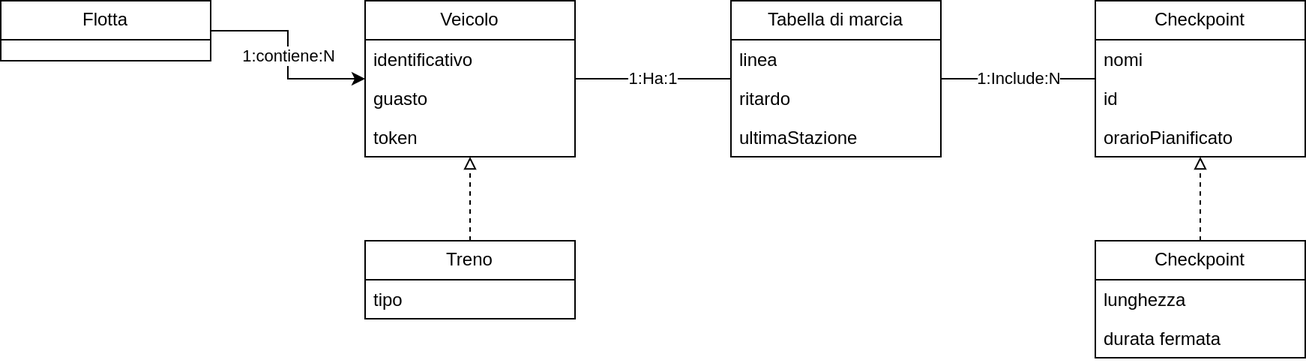
IngSW-unipv/Progetto-U25 keeps this draw.io diagram as docs/models/Server modello Dominio.drawio.png. Above is the earlier version. Source tidied: cells renumbered, new cells last; positions are measured from the earlier drawing's top-left corner, leaving out a move shared by most shapes.
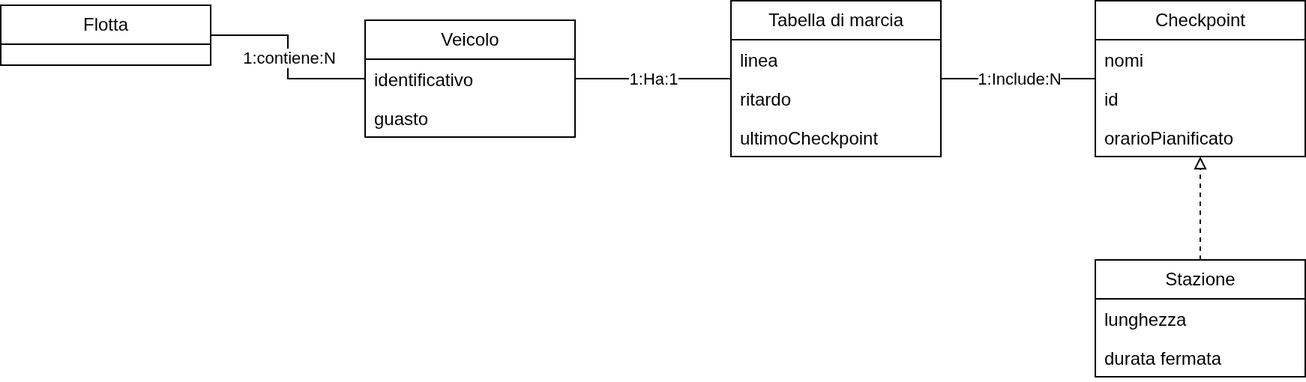
Later version of the same file.

What changed in the source:
```diff
@@ -6,7 +6,7 @@
       <mxGeometry relative="1" as="geometry" />
     </mxCell>
     <mxCell id="3" value="Veicolo" style="swimlane;fontStyle=0;horizontal=1;startSize=26;fillColor=none;whiteSpace=wrap;html=1;" parent="1" vertex="1">
-      <mxGeometry x="243" width="140" height="104" as="geometry" />
+      <mxGeometry x="243" width="140" height="78" as="geometry" />
     </mxCell>
     <mxCell id="4" value="identificativo" style="text;strokeColor=none;fillColor=none;align=left;verticalAlign=top;spacingLeft=4;spacingRight=4;overflow=hidden;whiteSpace=wrap;html=1;" parent="3" vertex="1">
       <mxGeometry y="26" width="140" height="26" as="geometry" />
@@ -14,14 +14,11 @@
     <mxCell id="5" value="guasto" style="text;strokeColor=none;fillColor=none;align=left;verticalAlign=top;spacingLeft=4;spacingRight=4;overflow=hidden;whiteSpace=wrap;html=1;" parent="3" vertex="1">
       <mxGeometry y="52" width="140" height="26" as="geometry" />
     </mxCell>
-    <mxCell id="6" value="token" style="text;strokeColor=none;fillColor=none;align=left;verticalAlign=top;spacingLeft=4;spacingRight=4;overflow=hidden;whiteSpace=wrap;html=1;" parent="3" vertex="1">
-      <mxGeometry y="78" width="140" height="26" as="geometry" />
-    </mxCell>
     <mxCell id="7" value="1:Include:N" style="edgeStyle=orthogonalEdgeStyle;rounded=0;jettySize=auto;html=1;endArrow=none;startFill=0;" parent="1" edge="1" source="8" target="12">
       <mxGeometry relative="1" as="geometry" />
     </mxCell>
     <mxCell id="8" value="Tabella di marcia" style="swimlane;fontStyle=0;horizontal=1;startSize=26;fillColor=none;whiteSpace=wrap;html=1;" parent="1" vertex="1">
-      <mxGeometry x="487" width="140" height="104" as="geometry" />
+      <mxGeometry x="487" y="-13" width="140" height="104" as="geometry" />
     </mxCell>
     <mxCell id="9" value="linea" style="text;strokeColor=none;fillColor=none;align=left;verticalAlign=top;spacingLeft=4;spacingRight=4;overflow=hidden;whiteSpace=wrap;html=1;" parent="8" vertex="1">
       <mxGeometry y="26" width="140" height="26" as="geometry" />
@@ -29,11 +26,11 @@
     <mxCell id="10" value="ritardo" style="text;strokeColor=none;fillColor=none;align=left;verticalAlign=top;spacingLeft=4;spacingRight=4;overflow=hidden;whiteSpace=wrap;html=1;" parent="8" vertex="1">
       <mxGeometry y="52" width="140" height="26" as="geometry" />
     </mxCell>
-    <mxCell id="11" value="ultimaStazione" style="text;strokeColor=none;fillColor=none;align=left;verticalAlign=top;spacingLeft=4;spacingRight=4;overflow=hidden;whiteSpace=wrap;html=1;" parent="8" vertex="1">
+    <mxCell id="11" value="ultimoCheckpoint" style="text;strokeColor=none;fillColor=none;align=left;verticalAlign=top;spacingLeft=4;spacingRight=4;overflow=hidden;whiteSpace=wrap;html=1;" parent="8" vertex="1">
       <mxGeometry y="78" width="140" height="26" as="geometry" />
     </mxCell>
     <mxCell id="12" value="Checkpoint" style="swimlane;fontStyle=0;horizontal=1;startSize=26;fillColor=none;whiteSpace=wrap;html=1;" parent="1" vertex="1">
-      <mxGeometry x="730" width="140" height="104" as="geometry" />
+      <mxGeometry x="730" y="-13" width="140" height="104" as="geometry" />
     </mxCell>
     <mxCell id="13" value="nomi" style="text;strokeColor=none;fillColor=none;align=left;verticalAlign=top;spacingLeft=4;spacingRight=4;overflow=hidden;whiteSpace=wrap;html=1;" parent="12" vertex="1">
       <mxGeometry y="26" width="140" height="26" as="geometry" />
@@ -44,16 +41,16 @@
     <mxCell id="15" value="orarioPianificato" style="text;strokeColor=none;fillColor=none;align=left;verticalAlign=top;spacingLeft=4;spacingRight=4;overflow=hidden;whiteSpace=wrap;html=1;" parent="12" vertex="1">
       <mxGeometry y="78" width="140" height="26" as="geometry" />
     </mxCell>
-    <mxCell id="16" value="1:contiene:N" style="edgeStyle=orthogonalEdgeStyle;rounded=0;jettySize=auto;html=1;" parent="1" edge="1" source="17" target="3">
+    <mxCell id="16" value="1:contiene:N" style="edgeStyle=orthogonalEdgeStyle;rounded=0;jettySize=auto;html=1;endArrow=none;endFill=0;" parent="1" edge="1" source="17" target="3">
       <mxGeometry relative="1" as="geometry" />
     </mxCell>
     <mxCell id="17" value="Flotta" style="swimlane;fontStyle=0;horizontal=1;startSize=26;fillColor=none;whiteSpace=wrap;html=1;" parent="1" vertex="1">
-      <mxGeometry width="140" height="40" as="geometry" />
+      <mxGeometry y="-10" width="140" height="40" as="geometry" />
     </mxCell>
     <mxCell id="18" style="edgeStyle=orthogonalEdgeStyle;rounded=0;jettySize=auto;html=1;endArrow=block;endFill=0;dashed=1;" parent="1" edge="1" source="19" target="12">
       <mxGeometry relative="1" as="geometry" />
     </mxCell>
-    <mxCell id="19" value="Checkpoint" style="swimlane;fontStyle=0;horizontal=1;startSize=26;fillColor=none;whiteSpace=wrap;html=1;" parent="1" vertex="1">
+    <mxCell id="19" value="Stazione" style="swimlane;fontStyle=0;horizontal=1;startSize=26;fillColor=none;whiteSpace=wrap;html=1;" parent="1" vertex="1">
       <mxGeometry x="730" y="160" width="140" height="78" as="geometry" />
     </mxCell>
     <mxCell id="20" value="lunghezza" style="text;strokeColor=none;fillColor=none;align=left;verticalAlign=top;spacingLeft=4;spacingRight=4;overflow=hidden;whiteSpace=wrap;html=1;" parent="19" vertex="1">
@@ -62,14 +59,5 @@
     <mxCell id="21" value="durata fermata" style="text;strokeColor=none;fillColor=none;align=left;verticalAlign=top;spacingLeft=4;spacingRight=4;overflow=hidden;whiteSpace=wrap;html=1;" parent="19" vertex="1">
       <mxGeometry y="52" width="140" height="26" as="geometry" />
     </mxCell>
-    <mxCell id="22" style="edgeStyle=orthogonalEdgeStyle;rounded=0;jettySize=auto;html=1;endArrow=block;endFill=0;dashed=1;" parent="1" edge="1" source="23" target="3">
-      <mxGeometry relative="1" as="geometry" />
-    </mxCell>
-    <mxCell id="23" value="Treno" style="swimlane;fontStyle=0;horizontal=1;startSize=26;fillColor=none;whiteSpace=wrap;html=1;" parent="1" vertex="1">
-      <mxGeometry x="243" y="160" width="140" height="52" as="geometry" />
-    </mxCell>
-    <mxCell id="24" value="tipo" style="text;strokeColor=none;fillColor=none;align=left;verticalAlign=top;spacingLeft=4;spacingRight=4;overflow=hidden;whiteSpace=wrap;html=1;" parent="23" vertex="1">
-      <mxGeometry y="26" width="140" height="26" as="geometry" />
-    </mxCell>
   </root>
 </mxGraphModel>
```
